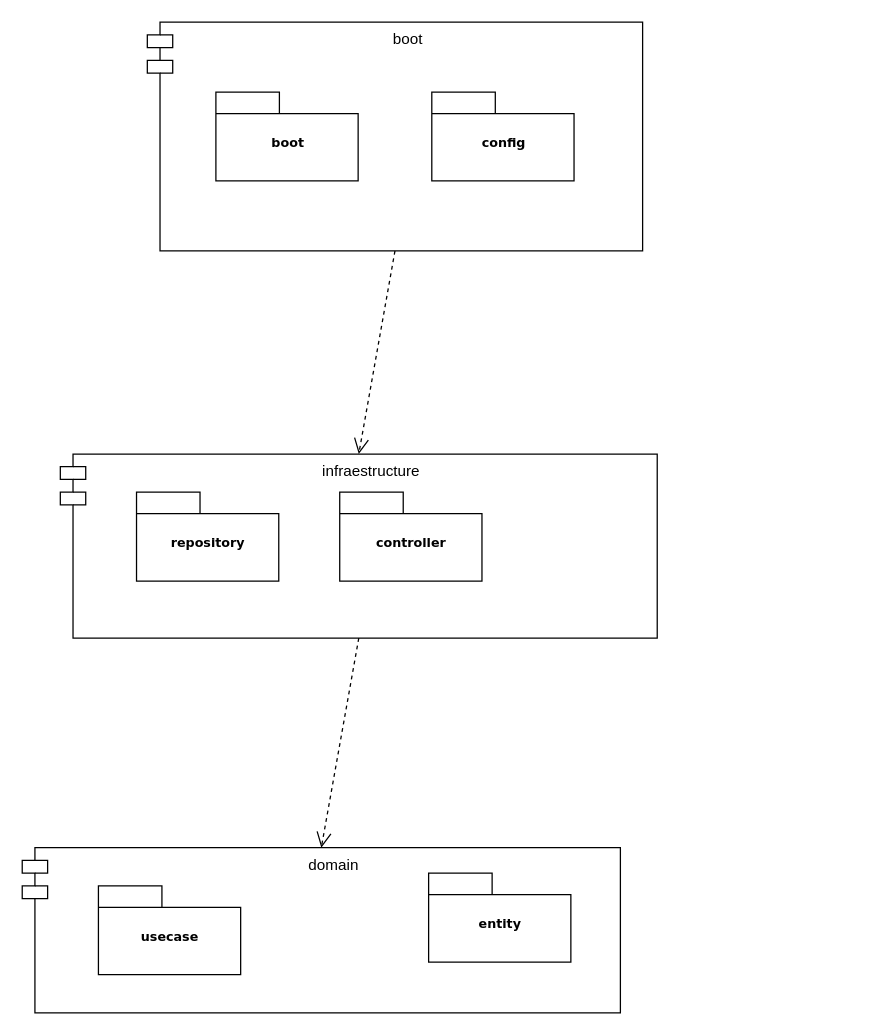
The draw.io diagram docs/design/clean_arquitecture.drawio in ptibanez/hello-springboot, before the edit. Source tidied: cells renumbered, new cells numbered last; positions are measured from the earlier drawing's top-left corner, leaving out a move shared by most shapes. Both pictures are drawn from the tidied source at 127%, with x=0, y=0 at pixel (22, 22).
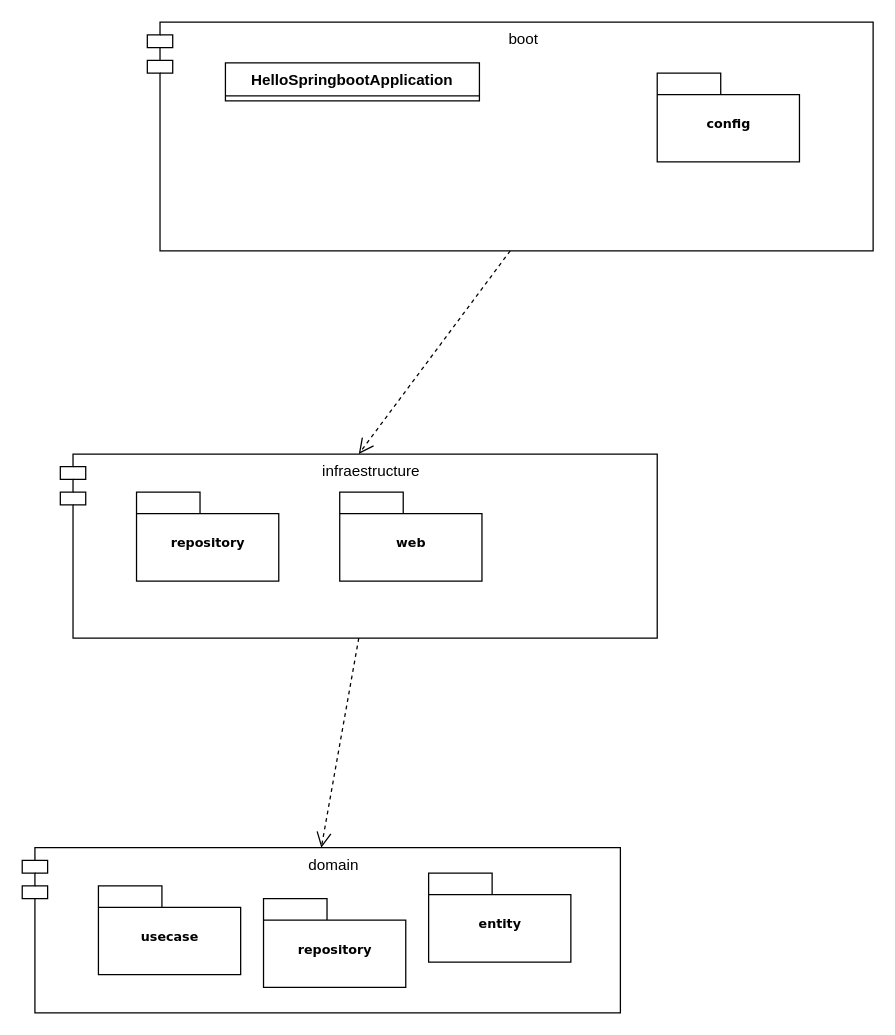
The same diagram, later.

Change to the diagram source:
```diff
@@
 <mxGraphModel>
   <root>
     <mxCell id="0" />
     <mxCell id="1" parent="0" />
     <mxCell id="2" value="infraestructure" style="shape=module;align=left;spacingLeft=20;align=center;verticalAlign=top;whiteSpace=wrap;html=1;" parent="1" vertex="1">
       <mxGeometry x="30" y="340" width="470" height="145" as="geometry" />
     </mxCell>
     <mxCell id="3" value="domain" style="shape=module;align=left;spacingLeft=20;align=center;verticalAlign=top;whiteSpace=wrap;html=1;" parent="1" vertex="1">
       <mxGeometry y="650" width="471" height="130" as="geometry" />
     </mxCell>
     <mxCell id="4" style="edgeStyle=none;rounded=0;html=1;entryX=0.5;entryY=0;dashed=1;labelBackgroundColor=none;startFill=0;endArrow=open;endFill=0;endSize=10;fontFamily=Verdana;fontSize=10;entryDx=0;entryDy=0;exitX=0.5;exitY=1;exitDx=0;exitDy=0;" parent="1" edge="1" source="2" target="3">
       <mxGeometry relative="1" as="geometry" />
     </mxCell>
     <mxCell id="5" value="repository" style="shape=folder;fontStyle=1;spacingTop=10;tabWidth=50;tabHeight=17;tabPosition=left;html=1;rounded=0;shadow=0;comic=0;labelBackgroundColor=none;strokeColor=#000000;strokeWidth=1;fillColor=#ffffff;fontFamily=Verdana;fontSize=10;fontColor=#000000;align=center;" parent="1" vertex="1">
       <mxGeometry x="90" y="370" width="112" height="70" as="geometry" />
     </mxCell>
-    <mxCell id="6" value="controller" style="shape=folder;fontStyle=1;spacingTop=10;tabWidth=50;tabHeight=17;tabPosition=left;html=1;rounded=0;shadow=0;comic=0;labelBackgroundColor=none;strokeColor=#000000;strokeWidth=1;fillColor=#ffffff;fontFamily=Verdana;fontSize=10;fontColor=#000000;align=center;" parent="1" vertex="1">
+    <mxCell id="6" value="web" style="shape=folder;fontStyle=1;spacingTop=10;tabWidth=50;tabHeight=17;tabPosition=left;html=1;rounded=0;shadow=0;comic=0;labelBackgroundColor=none;strokeColor=#000000;strokeWidth=1;fillColor=#ffffff;fontFamily=Verdana;fontSize=10;fontColor=#000000;align=center;" parent="1" vertex="1">
       <mxGeometry x="250" y="370" width="112" height="70" as="geometry" />
     </mxCell>
     <mxCell id="7" value="usecase" style="shape=folder;fontStyle=1;spacingTop=10;tabWidth=50;tabHeight=17;tabPosition=left;html=1;rounded=0;shadow=0;comic=0;labelBackgroundColor=none;strokeWidth=1;fontFamily=Verdana;fontSize=10;align=center;" parent="1" vertex="1">
       <mxGeometry x="60" y="680" width="112" height="70" as="geometry" />
     </mxCell>
     <mxCell id="8" value="entity" style="shape=folder;fontStyle=1;spacingTop=10;tabWidth=50;tabHeight=17;tabPosition=left;html=1;rounded=0;shadow=0;comic=0;labelBackgroundColor=none;strokeWidth=1;fontFamily=Verdana;fontSize=10;align=center;" parent="1" vertex="1">
       <mxGeometry x="320" y="670" width="112" height="70" as="geometry" />
     </mxCell>
     <mxCell id="9" style="rounded=0;html=1;entryX=0.5;entryY=0;dashed=1;labelBackgroundColor=none;startFill=0;endArrow=open;endFill=0;endSize=10;fontFamily=Verdana;fontSize=10;exitX=0.5;exitY=1;exitDx=0;exitDy=0;entryDx=0;entryDy=0;" parent="1" edge="1" source="10" target="2">
       <mxGeometry relative="1" as="geometry" />
     </mxCell>
     <mxCell id="10" value="boot" style="shape=module;align=left;spacingLeft=20;align=center;verticalAlign=top;whiteSpace=wrap;html=1;" parent="1" vertex="1">
-      <mxGeometry x="98.5" width="390" height="180" as="geometry" />
+      <mxGeometry x="98.5" width="571.5" height="180" as="geometry" />
     </mxCell>
-    <mxCell id="11" value="boot" style="shape=folder;fontStyle=1;spacingTop=10;tabWidth=50;tabHeight=17;tabPosition=left;html=1;rounded=0;shadow=0;comic=0;labelBackgroundColor=none;strokeWidth=1;fontFamily=Verdana;fontSize=10;align=center;" parent="1" vertex="1">
-      <mxGeometry x="152.5" y="55" width="112" height="70" as="geometry" />
-    </mxCell>
     <mxCell id="12" value="config" style="shape=folder;fontStyle=1;spacingTop=10;tabWidth=50;tabHeight=17;tabPosition=left;html=1;rounded=0;shadow=0;comic=0;labelBackgroundColor=none;strokeWidth=1;fontFamily=Verdana;fontSize=10;align=center;" parent="1" vertex="1">
-      <mxGeometry x="322.5" y="55" width="112" height="70" as="geometry" />
+      <mxGeometry x="500" y="40" width="112" height="70" as="geometry" />
     </mxCell>
+    <mxCell id="13" value="HelloSpringbootApplication" style="swimlane;fontStyle=1;align=center;verticalAlign=top;horizontal=1;startSize=26;whiteSpace=wrap;html=1;" parent="1" vertex="1" collapsed="1">
+      <mxGeometry x="160" y="32" width="200" height="30" as="geometry" />
+    </mxCell>
+    <mxCell id="14" value="repository" style="shape=folder;fontStyle=1;spacingTop=10;tabWidth=50;tabHeight=17;tabPosition=left;html=1;rounded=0;shadow=0;comic=0;labelBackgroundColor=none;strokeColor=#000000;strokeWidth=1;fillColor=#ffffff;fontFamily=Verdana;fontSize=10;fontColor=#000000;align=center;" parent="1" vertex="1">
+      <mxGeometry x="190" y="690" width="112" height="70" as="geometry" />
+    </mxCell>
   </root>
 </mxGraphModel>
```
